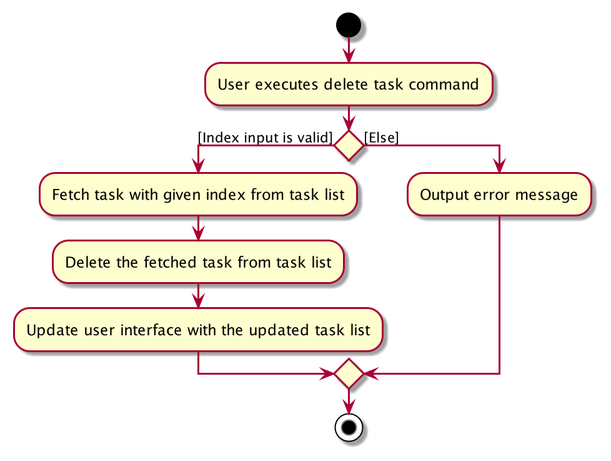
The PlantUML diagram docs/images/DeleteTaskActivityDiagram.png in nus-cs2103-AY2021S2/tp, before a commit.
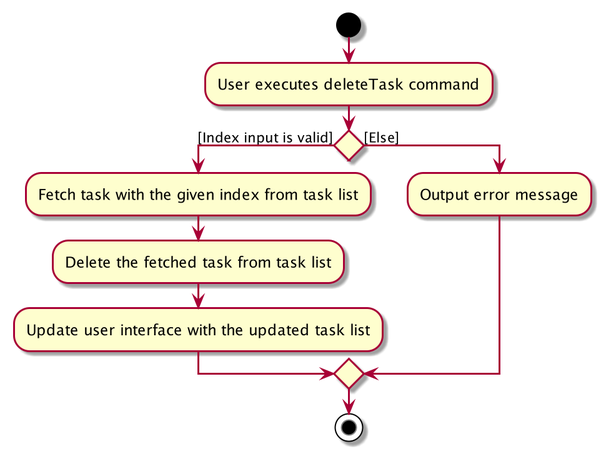
Above is the later version.

Commit message:
update activity diagram

What changed in the source:
```diff
@@ -1,9 +1,9 @@
 @startuml
 
 start
-:User executes delete task command;
+:User executes deleteTask command;
 if () then ([Index input is valid])
-    :Fetch task with given index from task list;
+    :Fetch task with the given index from task list;
     :Delete the fetched task from task list;
     :Update user interface with the updated task list;
 else ([Else])
```
